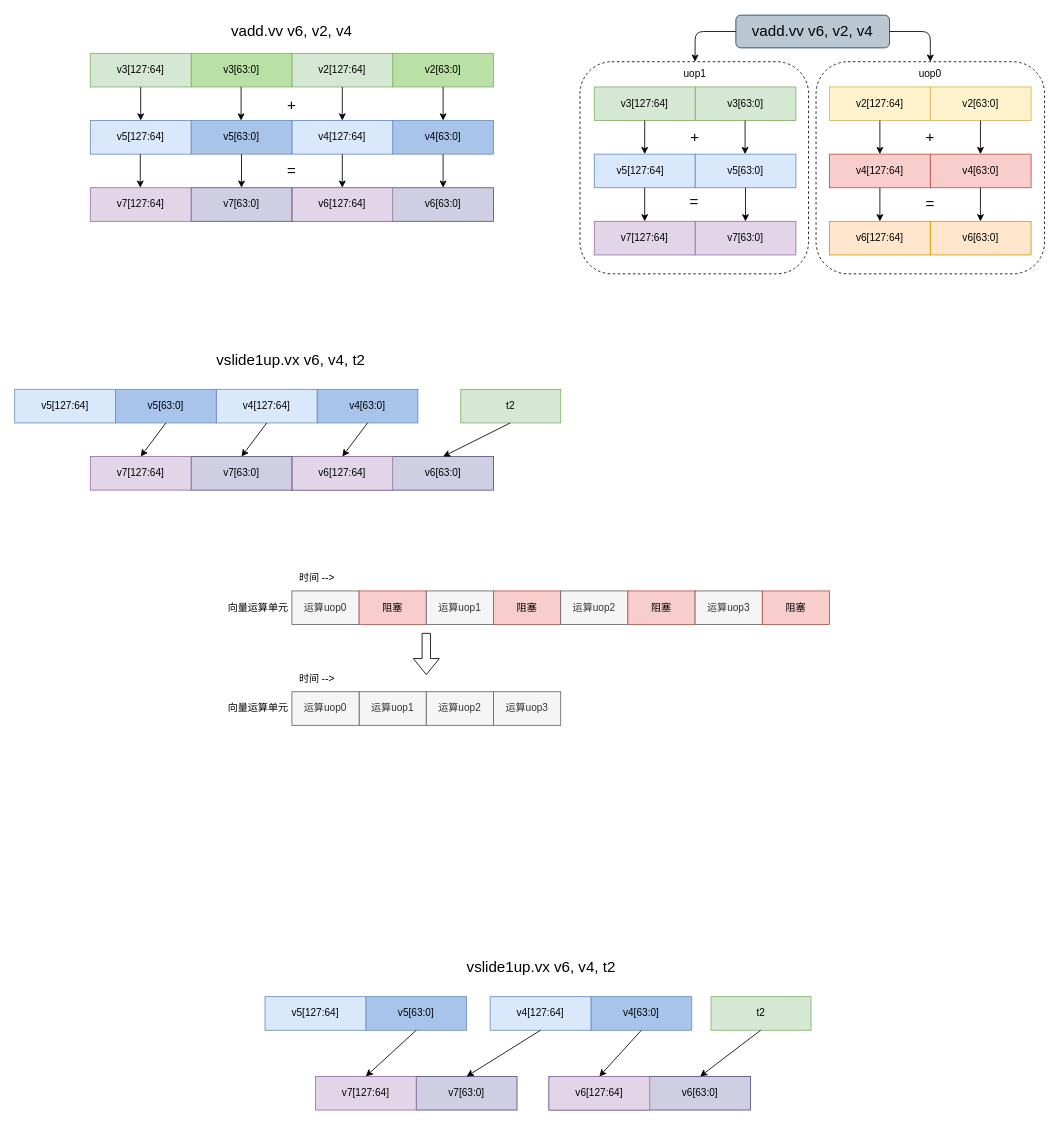
Before: vector1.drawio in Ziyue-Zhang/draw_picture, a draw.io diagram. Source tidied: cells renumbered, new cells numbered last; positions are measured from the earlier drawing's top-left corner, leaving out a move shared by most shapes. Both pictures are drawn from the tidied source at 84%, with x=0, y=0 at pixel (14, 14).
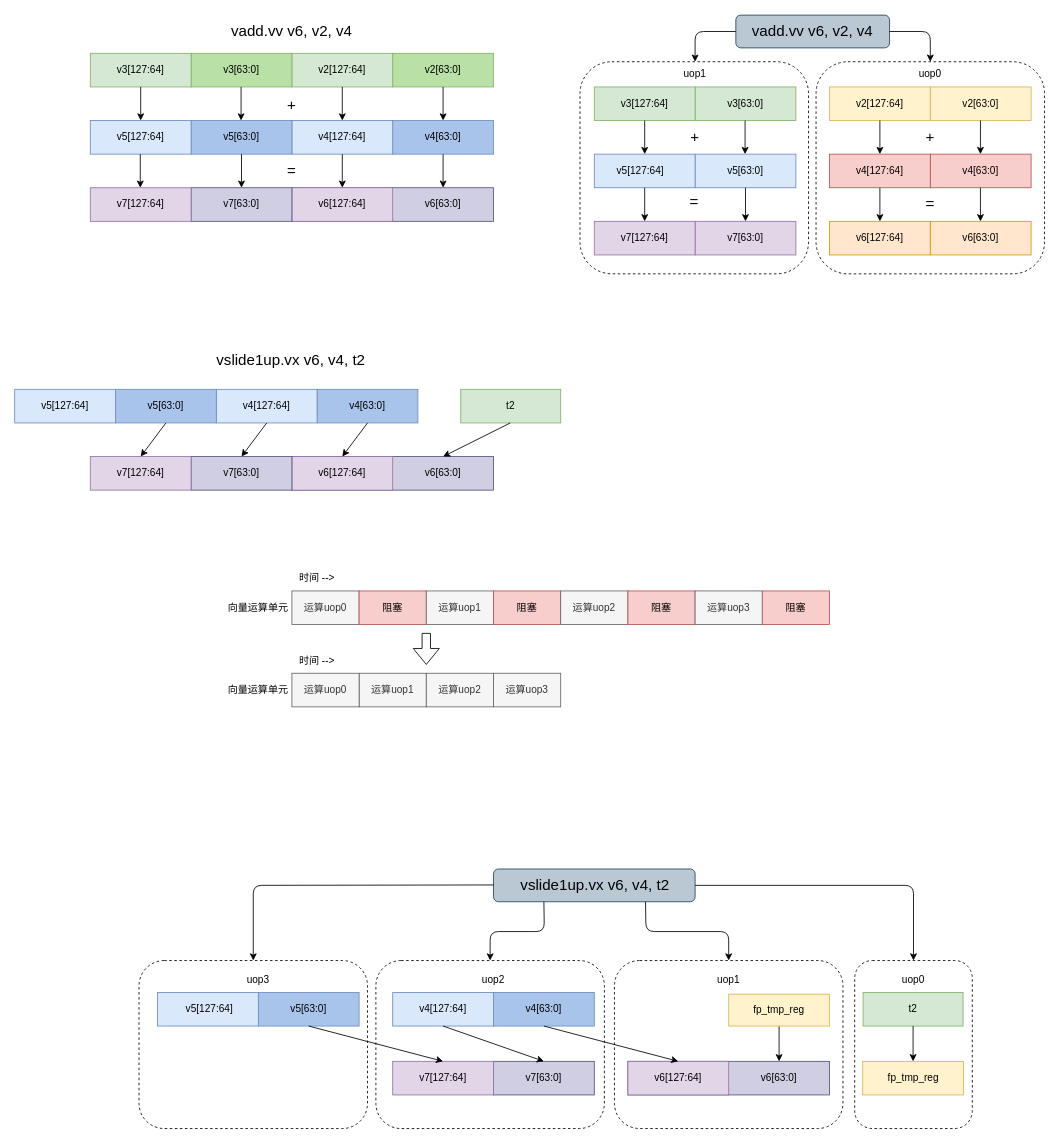
The same page after the edit.

What changed in the source:
```diff
@@
+    <mxCell id="142" style="rounded=1;whiteSpace=wrap;html=1;dashed=1;" parent="1" vertex="1">
+      <mxGeometry x="1000" y="1126" width="140" height="200" as="geometry" />
+    </mxCell>
+    <mxCell id="143" style="rounded=1;whiteSpace=wrap;html=1;dashed=1;" parent="1" vertex="1">
+      <mxGeometry x="148" y="1126" width="272" height="200" as="geometry" />
+    </mxCell>
+    <mxCell id="144" style="rounded=1;whiteSpace=wrap;html=1;dashed=1;" parent="1" vertex="1">
+      <mxGeometry x="430" y="1126" width="272" height="200" as="geometry" />
+    </mxCell>
+    <mxCell id="145" style="rounded=1;whiteSpace=wrap;html=1;dashed=1;" parent="1" vertex="1">
+      <mxGeometry x="714" y="1126" width="272" height="200" as="geometry" />
+    </mxCell>
@@
     <mxCell id="113" value="时间 --&amp;gt;" style="text;html=1;strokeColor=none;fillColor=none;align=center;verticalAlign=middle;whiteSpace=wrap;rounded=0;" parent="1" vertex="1">
-      <mxGeometry x="330" y="776" width="60" height="30" as="geometry" />
+      <mxGeometry x="330" y="754" width="60" height="30" as="geometry" />
     </mxCell>
     <mxCell id="114" value="向量运算单元" style="text;html=1;strokeColor=none;fillColor=none;align=center;verticalAlign=middle;whiteSpace=wrap;rounded=0;" parent="1" vertex="1">
-      <mxGeometry x="250" y="811" width="80" height="30" as="geometry" />
+      <mxGeometry x="250" y="789" width="80" height="30" as="geometry" />
     </mxCell>
     <mxCell id="115" value="运算uop1" style="rounded=0;whiteSpace=wrap;html=1;fillColor=#f5f5f5;fontColor=#333333;strokeColor=#666666;" parent="1" vertex="1">
-      <mxGeometry x="410" y="806" width="80" height="40" as="geometry" />
+      <mxGeometry x="410" y="784" width="80" height="40" as="geometry" />
     </mxCell>
     <mxCell id="116" value="运算uop2" style="rounded=0;whiteSpace=wrap;html=1;fillColor=#f5f5f5;fontColor=#333333;strokeColor=#666666;" parent="1" vertex="1">
-      <mxGeometry x="490" y="806" width="80" height="40" as="geometry" />
+      <mxGeometry x="490" y="784" width="80" height="40" as="geometry" />
     </mxCell>
     <mxCell id="117" value="运算uop3" style="rounded=0;whiteSpace=wrap;html=1;fillColor=#f5f5f5;fontColor=#333333;strokeColor=#666666;" parent="1" vertex="1">
-      <mxGeometry x="570" y="806" width="80" height="40" as="geometry" />
+      <mxGeometry x="570" y="784" width="80" height="40" as="geometry" />
     </mxCell>
     <mxCell id="118" value="运算uop0" style="rounded=0;whiteSpace=wrap;html=1;fillColor=#f5f5f5;fontColor=#333333;strokeColor=#666666;" parent="1" vertex="1">
-      <mxGeometry x="330" y="806" width="80" height="40" as="geometry" />
+      <mxGeometry x="330" y="784" width="80" height="40" as="geometry" />
     </mxCell>
     <mxCell id="119" style="shape=flexArrow;endArrow=classic;html=1;rounded=0;" parent="1" edge="1">
       <mxGeometry relative="1" as="geometry">
         <mxPoint x="490" y="736" as="sourcePoint" />
-        <mxPoint x="490" y="786" as="targetPoint" />
+        <mxPoint x="490" y="774" as="targetPoint" />
       </mxGeometry>
     </mxCell>
     <mxCell id="120" style="rounded=0;whiteSpace=wrap;html=1;fillColor=#A9C4EB;strokeColor=#6c8ebf;" parent="1" vertex="1">
-      <mxGeometry x="686" y="1169" width="120" height="40" as="geometry" />
+      <mxGeometry x="570" y="1164" width="120" height="40" as="geometry" />
     </mxCell>
     <mxCell id="121" style="rounded=0;whiteSpace=wrap;html=1;fillColor=#dae8fc;strokeColor=#6c8ebf;" parent="1" vertex="1">
-      <mxGeometry x="566" y="1169" width="120" height="40" as="geometry" />
+      <mxGeometry x="450" y="1164" width="120" height="40" as="geometry" />
     </mxCell>
     <mxCell id="122" style="rounded=0;whiteSpace=wrap;html=1;fillColor=#A9C4EB;strokeColor=#6c8ebf;" parent="1" vertex="1">
-      <mxGeometry x="418" y="1169" width="120" height="40" as="geometry" />
+      <mxGeometry x="290" y="1164" width="120" height="40" as="geometry" />
     </mxCell>
     <mxCell id="123" style="rounded=0;whiteSpace=wrap;html=1;fillColor=#dae8fc;strokeColor=#6c8ebf;" parent="1" vertex="1">
-      <mxGeometry x="298" y="1169" width="120" height="40" as="geometry" />
+      <mxGeometry x="170" y="1164" width="120" height="40" as="geometry" />
     </mxCell>
     <mxCell id="124" value="v5[127:64]" style="text;html=1;strokeColor=none;fillColor=none;align=center;verticalAlign=middle;whiteSpace=wrap;rounded=0;" parent="1" vertex="1">
-      <mxGeometry x="328" y="1174" width="60" height="30" as="geometry" />
+      <mxGeometry x="202" y="1169" width="60" height="30" as="geometry" />
     </mxCell>
     <mxCell id="125" value="v5[63:0]" style="text;html=1;strokeColor=none;fillColor=none;align=center;verticalAlign=middle;whiteSpace=wrap;rounded=0;" parent="1" vertex="1">
-      <mxGeometry x="448" y="1174" width="60" height="30" as="geometry" />
+      <mxGeometry x="320" y="1169" width="60" height="30" as="geometry" />
     </mxCell>
     <mxCell id="126" value="v4[127:64]" style="text;html=1;strokeColor=none;fillColor=none;align=center;verticalAlign=middle;whiteSpace=wrap;rounded=0;" parent="1" vertex="1">
-      <mxGeometry x="596" y="1174" width="60" height="30" as="geometry" />
+      <mxGeometry x="480" y="1169" width="60" height="30" as="geometry" />
     </mxCell>
     <mxCell id="127" value="v4[63:0]" style="text;html=1;strokeColor=none;fillColor=none;align=center;verticalAlign=middle;whiteSpace=wrap;rounded=0;" parent="1" vertex="1">
-      <mxGeometry x="716" y="1174" width="60" height="30" as="geometry" />
+      <mxGeometry x="600" y="1169" width="60" height="30" as="geometry" />
     </mxCell>
     <mxCell id="128" style="rounded=0;whiteSpace=wrap;html=1;fillColor=#d0cee2;strokeColor=#56517e;" parent="1" vertex="1">
-      <mxGeometry x="636" y="1264" width="240" height="40" as="geometry" />
+      <mxGeometry x="730" y="1246" width="240" height="40" as="geometry" />
     </mxCell>
     <mxCell id="129" style="rounded=0;whiteSpace=wrap;html=1;fillColor=#e1d5e7;strokeColor=#9673a6;" parent="1" vertex="1">
-      <mxGeometry x="636" y="1264" width="120" height="40" as="geometry" />
+      <mxGeometry x="730" y="1246" width="120" height="40" as="geometry" />
     </mxCell>
     <mxCell id="130" style="rounded=0;whiteSpace=wrap;html=1;fillColor=#d0cee2;strokeColor=#56517e;" parent="1" vertex="1">
-      <mxGeometry x="478" y="1264" width="120" height="40" as="geometry" />
+      <mxGeometry x="570" y="1246" width="120" height="40" as="geometry" />
     </mxCell>
     <mxCell id="131" style="rounded=0;whiteSpace=wrap;html=1;fillColor=#e1d5e7;strokeColor=#9673a6;" parent="1" vertex="1">
-      <mxGeometry x="358" y="1264" width="120" height="40" as="geometry" />
+      <mxGeometry x="450" y="1246" width="120" height="40" as="geometry" />
     </mxCell>
     <mxCell id="132" value="v7[127:64]" style="text;html=1;strokeColor=none;fillColor=none;align=center;verticalAlign=middle;whiteSpace=wrap;rounded=0;" parent="1" vertex="1">
-      <mxGeometry x="388" y="1269" width="60" height="30" as="geometry" />
+      <mxGeometry x="480" y="1251" width="60" height="30" as="geometry" />
     </mxCell>
     <mxCell id="133" value="v7[63:0]" style="text;html=1;strokeColor=none;fillColor=none;align=center;verticalAlign=middle;whiteSpace=wrap;rounded=0;" parent="1" vertex="1">
-      <mxGeometry x="508" y="1269" width="60" height="30" as="geometry" />
+      <mxGeometry x="600" y="1251" width="60" height="30" as="geometry" />
     </mxCell>
     <mxCell id="134" value="v6[127:64]" style="text;html=1;strokeColor=none;fillColor=none;align=center;verticalAlign=middle;whiteSpace=wrap;rounded=0;" parent="1" vertex="1">
-      <mxGeometry x="666" y="1269" width="60" height="30" as="geometry" />
+      <mxGeometry x="760" y="1251" width="60" height="30" as="geometry" />
     </mxCell>
     <mxCell id="135" value="v6[63:0]" style="text;html=1;strokeColor=none;fillColor=none;align=center;verticalAlign=middle;whiteSpace=wrap;rounded=0;" parent="1" vertex="1">
-      <mxGeometry x="786" y="1269" width="60" height="30" as="geometry" />
+      <mxGeometry x="880" y="1251" width="60" height="30" as="geometry" />
     </mxCell>
-    <mxCell id="136" value="&lt;font style=&quot;font-size: 18px;&quot;&gt;vslide1up.vx v6, v4, t2&lt;/font&gt;" style="text;html=1;strokeColor=none;fillColor=none;align=center;verticalAlign=middle;whiteSpace=wrap;rounded=0;" parent="1" vertex="1">
-      <mxGeometry x="508" y="1119" width="238" height="30" as="geometry" />
-    </mxCell>
@@
     <mxCell id="140" value="t2" style="rounded=0;whiteSpace=wrap;html=1;fillColor=#d5e8d4;strokeColor=#82b366;" parent="1" vertex="1">
-      <mxGeometry x="829" y="1169" width="119" height="40" as="geometry" />
+      <mxGeometry x="1010" y="1164" width="119" height="40" as="geometry" />
     </mxCell>
-    <mxCell id="141" style="endArrow=classic;html=1;rounded=0;entryX=0.75;entryY=0;entryDx=0;entryDy=0;" parent="1" edge="1" target="128">
-      <mxGeometry relative="1" as="geometry">
-        <mxPoint x="888" y="1209" as="sourcePoint" />
-      </mxGeometry>
+    <mxCell id="141" style="endArrow=classic;html=1;rounded=0;entryX=0.75;entryY=0;entryDx=0;entryDy=0;exitX=0.5;exitY=1;exitDx=0;exitDy=0;" parent="1" edge="1" source="147" target="128">
+      <mxGeometry relative="1" as="geometry" />
     </mxCell>
+    <mxCell id="146" value="fp_tmp_reg" style="rounded=0;whiteSpace=wrap;html=1;fillColor=#fff2cc;strokeColor=#d6b656;" parent="1" vertex="1">
+      <mxGeometry x="1009.5" y="1246" width="120" height="40" as="geometry" />
+    </mxCell>
+    <mxCell id="147" value="fp_tmp_reg" style="rounded=0;whiteSpace=wrap;html=1;fillColor=#fff2cc;strokeColor=#d6b656;" parent="1" vertex="1">
+      <mxGeometry x="850" y="1166" width="120" height="38" as="geometry" />
+    </mxCell>
+    <mxCell id="148" value="uop1" style="text;html=1;strokeColor=none;fillColor=none;align=center;verticalAlign=middle;whiteSpace=wrap;rounded=0;" parent="1" vertex="1">
+      <mxGeometry x="820" y="1134" width="60" height="30" as="geometry" />
+    </mxCell>
+    <mxCell id="149" value="uop0" style="text;html=1;strokeColor=none;fillColor=none;align=center;verticalAlign=middle;whiteSpace=wrap;rounded=0;" parent="1" vertex="1">
+      <mxGeometry x="1039.5" y="1134" width="60" height="30" as="geometry" />
+    </mxCell>
+    <mxCell id="150" style="endArrow=classic;html=1;rounded=0;exitX=0.5;exitY=1;exitDx=0;exitDy=0;entryX=0.5;entryY=0;entryDx=0;entryDy=0;" parent="1" edge="1" source="140" target="146">
+      <mxGeometry relative="1" as="geometry" />
+    </mxCell>
+    <mxCell id="151" value="uop2" style="text;html=1;strokeColor=none;fillColor=none;align=center;verticalAlign=middle;whiteSpace=wrap;rounded=0;" parent="1" vertex="1">
+      <mxGeometry x="540" y="1134" width="60" height="30" as="geometry" />
+    </mxCell>
+    <mxCell id="152" value="uop3" style="text;html=1;strokeColor=none;fillColor=none;align=center;verticalAlign=middle;whiteSpace=wrap;rounded=0;" parent="1" vertex="1">
+      <mxGeometry x="260" y="1134" width="60" height="30" as="geometry" />
+    </mxCell>
+    <mxCell id="153" style="rounded=1;whiteSpace=wrap;html=1;fillColor=#bac8d3;strokeColor=#23445d;" parent="1" vertex="1">
+      <mxGeometry x="570" y="1017" width="240" height="39" as="geometry" />
+    </mxCell>
+    <mxCell id="154" style="edgeStyle=orthogonalEdgeStyle;rounded=1;jettySize=auto;html=1;entryX=0.5;entryY=0;entryDx=0;entryDy=0;" parent="1" edge="1" target="143">
+      <mxGeometry relative="1" as="geometry">
+        <mxPoint x="570" y="1036" as="sourcePoint" />
+      </mxGeometry>
+    </mxCell>
+    <mxCell id="155" style="edgeStyle=orthogonalEdgeStyle;rounded=1;jettySize=auto;html=1;exitX=1;exitY=0.5;exitDx=0;exitDy=0;entryX=0.5;entryY=0;entryDx=0;entryDy=0;" parent="1" edge="1" source="136" target="142">
+      <mxGeometry relative="1" as="geometry" />
+    </mxCell>
+    <mxCell id="156" style="edgeStyle=orthogonalEdgeStyle;rounded=1;jettySize=auto;html=1;entryX=0.5;entryY=0;entryDx=0;entryDy=0;" parent="1" edge="1" target="145">
+      <mxGeometry relative="1" as="geometry">
+        <mxPoint x="751" y="1056" as="sourcePoint" />
+      </mxGeometry>
+    </mxCell>
+    <mxCell id="157" style="edgeStyle=orthogonalEdgeStyle;rounded=1;jettySize=auto;html=1;entryX=0.5;entryY=0;entryDx=0;entryDy=0;" parent="1" edge="1" target="144">
+      <mxGeometry relative="1" as="geometry">
+        <mxPoint x="630" y="1056" as="sourcePoint" />
+      </mxGeometry>
+    </mxCell>
+    <mxCell id="136" value="&lt;font style=&quot;font-size: 18px;&quot;&gt;vslide1up.vx v6, v4, t2&lt;/font&gt;" style="text;html=1;strokeColor=none;fillColor=none;align=center;verticalAlign=middle;whiteSpace=wrap;rounded=0;" parent="1" vertex="1">
+      <mxGeometry x="572" y="1021.5" width="238" height="30" as="geometry" />
+    </mxCell>
```
